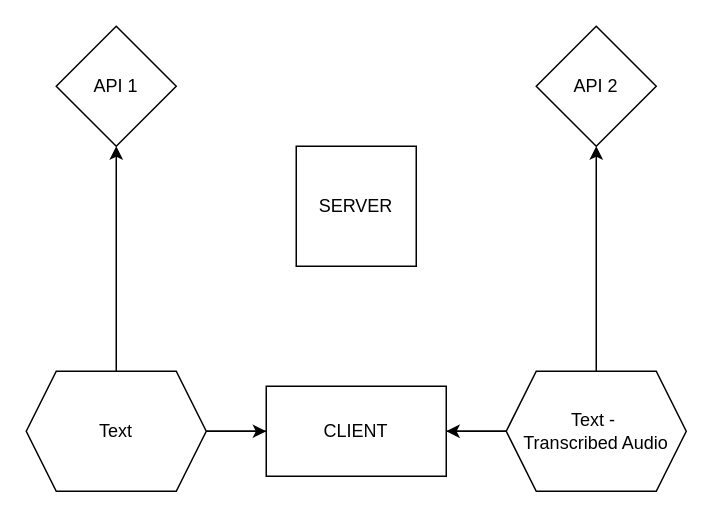
The draw.io diagram Диаграмма без названия.drawio in gubatenkov/diagrams, before the edit. Source tidied: cells renumbered, new cells numbered last; positions are measured from the earlier drawing's top-left corner, leaving out a move shared by most shapes. Both pictures are drawn from the tidied source at 150%, with x=0, y=0 at pixel (26, 26).
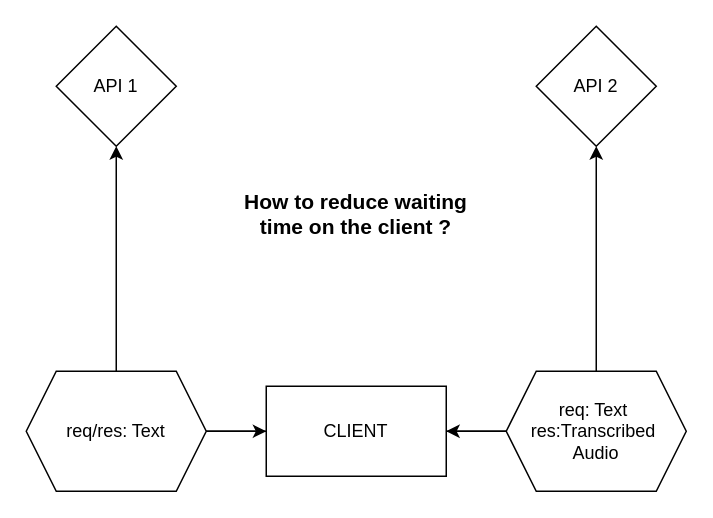
The same diagram, later.

Diff of the diagram source:
```diff
@@
 <mxGraphModel>
   <root>
     <mxCell id="0" />
     <mxCell id="1" parent="0" />
     <mxCell id="2" style="edgeStyle=orthogonalEdgeStyle;rounded=0;jettySize=auto;html=1;exitX=0;exitY=0.5;exitDx=0;exitDy=0;entryX=0.5;entryY=1;entryDx=0;entryDy=0;" parent="1" edge="1" source="4" target="7">
       <mxGeometry relative="1" as="geometry" />
     </mxCell>
     <mxCell id="3" style="edgeStyle=orthogonalEdgeStyle;rounded=0;jettySize=auto;html=1;exitX=1;exitY=0.5;exitDx=0;exitDy=0;entryX=0.5;entryY=1;entryDx=0;entryDy=0;" parent="1" edge="1" source="4" target="6">
       <mxGeometry relative="1" as="geometry" />
     </mxCell>
     <mxCell id="4" value="CLIENT" style="rounded=0;whiteSpace=wrap;html=1;" parent="1" vertex="1">
       <mxGeometry x="160" y="240" width="120" height="60" as="geometry" />
     </mxCell>
-    <mxCell id="5" value="SERVER" style="whiteSpace=wrap;html=1;" parent="1" vertex="1">
-      <mxGeometry x="180" y="80" width="80" height="80" as="geometry" />
-    </mxCell>
     <mxCell id="6" value="API 2" style="rhombus;whiteSpace=wrap;html=1;" parent="1" vertex="1">
       <mxGeometry x="340" width="80" height="80" as="geometry" />
     </mxCell>
     <mxCell id="7" value="API 1" style="rhombus;whiteSpace=wrap;html=1;" parent="1" vertex="1">
       <mxGeometry x="20" width="80" height="80" as="geometry" />
     </mxCell>
     <mxCell id="8" style="edgeStyle=orthogonalEdgeStyle;rounded=0;jettySize=auto;html=1;" parent="1" edge="1" source="9" target="4">
       <mxGeometry relative="1" as="geometry" />
     </mxCell>
-    <mxCell id="9" value="Text" style="shape=hexagon;perimeter=hexagonPerimeter2;whiteSpace=wrap;html=1;fixedSize=1;" parent="1" vertex="1">
+    <mxCell id="9" value="req/res: Text" style="shape=hexagon;perimeter=hexagonPerimeter2;whiteSpace=wrap;html=1;fixedSize=1;" parent="1" vertex="1">
       <mxGeometry y="230" width="120" height="80" as="geometry" />
     </mxCell>
     <mxCell id="10" style="edgeStyle=orthogonalEdgeStyle;rounded=0;jettySize=auto;html=1;" parent="1" edge="1" source="11" target="4">
       <mxGeometry relative="1" as="geometry" />
     </mxCell>
-    <mxCell id="11" value="Text -&amp;nbsp;&lt;div&gt;Transcribed Audio&lt;/div&gt;" style="shape=hexagon;perimeter=hexagonPerimeter2;whiteSpace=wrap;html=1;fixedSize=1;" parent="1" vertex="1">
+    <mxCell id="11" value="req: Text&amp;nbsp;&lt;div&gt;res:Transcribed&amp;nbsp;&lt;/div&gt;&lt;div&gt;Audio&lt;/div&gt;" style="shape=hexagon;perimeter=hexagonPerimeter2;whiteSpace=wrap;html=1;fixedSize=1;" parent="1" vertex="1">
       <mxGeometry x="320" y="230" width="120" height="80" as="geometry" />
     </mxCell>
+    <mxCell id="12" value="&lt;font style=&quot;font-size: 14px;&quot;&gt;&lt;b&gt;How to reduce waiting time on the client ?&lt;/b&gt;&lt;/font&gt;" style="text;html=1;align=center;verticalAlign=middle;whiteSpace=wrap;rounded=0;" parent="1" vertex="1">
+      <mxGeometry x="140" y="90" width="160" height="70" as="geometry" />
+    </mxCell>
   </root>
 </mxGraphModel>
```
